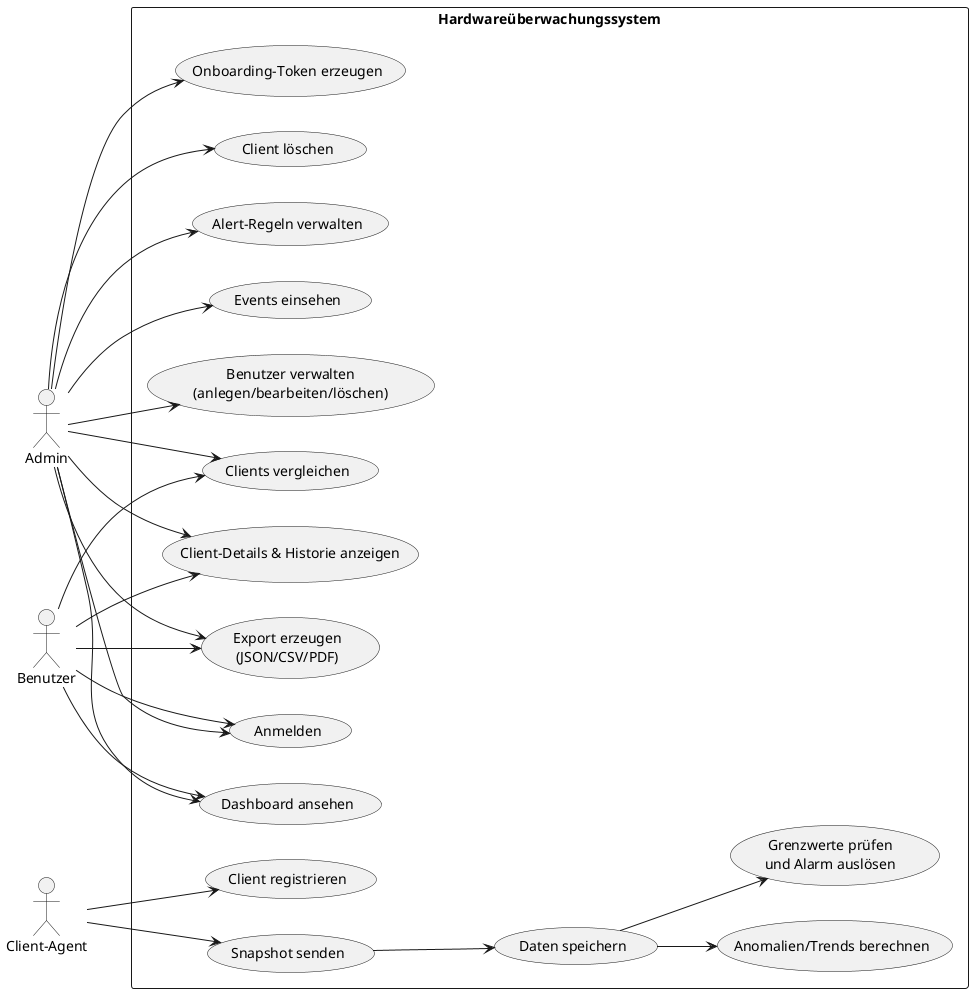
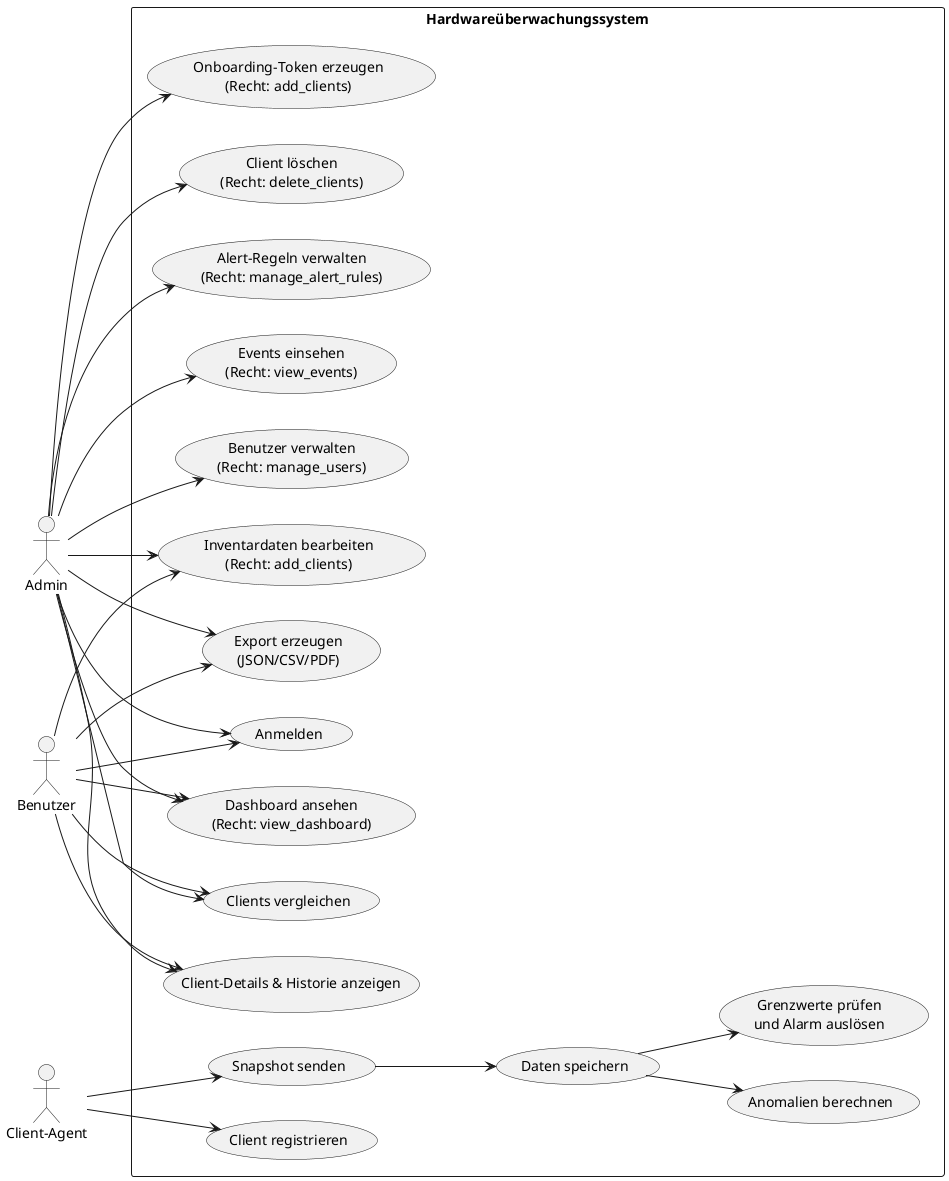
@startuml
left to right direction
skinparam packageStyle rectangle

actor "Admin" as Admin
actor "Benutzer" as User
actor "Client-Agent" as Agent

rectangle "Hardwareüberwachungssystem" {
  usecase "Anmelden" as UC_Login
-   usecase "Dashboard ansehen" as UC_Dashboard
+   usecase "Dashboard ansehen\n(Recht: view_dashboard)" as UC_Dashboard
  usecase "Clients vergleichen" as UC_Compare
  usecase "Client-Details & Historie anzeigen" as UC_Details
-   usecase "Onboarding-Token erzeugen" as UC_Onboard
-   usecase "Client löschen" as UC_DeleteClient
-   usecase "Alert-Regeln verwalten" as UC_Alerts
-   usecase "Events einsehen" as UC_Events
-   usecase "Benutzer verwalten\n(anlegen/bearbeiten/löschen)" as UC_Users
+   usecase "Inventardaten bearbeiten\n(Recht: add_clients)" as UC_Inventory
+   usecase "Onboarding-Token erzeugen\n(Recht: add_clients)" as UC_Onboard
+   usecase "Client löschen\n(Recht: delete_clients)" as UC_DeleteClient
+   usecase "Alert-Regeln verwalten\n(Recht: manage_alert_rules)" as UC_Alerts
+   usecase "Events einsehen\n(Recht: view_events)" as UC_Events
+   usecase "Benutzer verwalten\n(Recht: manage_users)" as UC_Users
  usecase "Export erzeugen\n(JSON/CSV/PDF)" as UC_Export

  usecase "Client registrieren" as UC_Register
  usecase "Snapshot senden" as UC_Snapshot
  usecase "Daten speichern" as UC_Store
-   usecase "Anomalien/Trends berechnen" as UC_Analyze
+   usecase "Anomalien berechnen" as UC_Analyze
  usecase "Grenzwerte prüfen\nund Alarm auslösen" as UC_CheckAlert
}

Admin --> UC_Login
Admin --> UC_Dashboard
Admin --> UC_Compare
Admin --> UC_Details
+ Admin --> UC_Inventory
Admin --> UC_Onboard
Admin --> UC_DeleteClient
Admin --> UC_Alerts
Admin --> UC_Events
Admin --> UC_Users
Admin --> UC_Export

User --> UC_Login
User --> UC_Dashboard
User --> UC_Compare
User --> UC_Details
+ User --> UC_Inventory
User --> UC_Export

Agent --> UC_Register
Agent --> UC_Snapshot
UC_Snapshot --> UC_Store
UC_Store --> UC_Analyze
UC_Store --> UC_CheckAlert

@enduml
